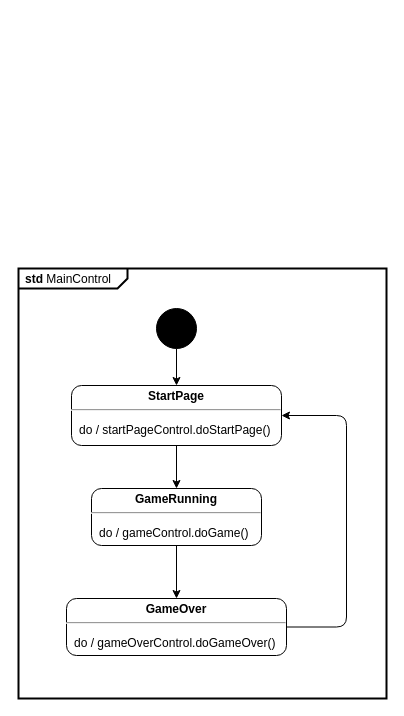
Earlier version of the draw.io diagram page "STD-MainControl" (7 of 20) of apps/pong_cleangui_dg_adv/models/pong_dg_adv.drawio (nepbuur1/test_lasergame_2_rework_CleanGUI_godmode). Source tidied: cells renumbered, new cells numbered last; positions are measured from the earlier drawing's top-left corner, leaving out a move shared by most shapes. Both pictures are drawn from the tidied source at 100%, with x=0, y=0 at pixel (18, 268).
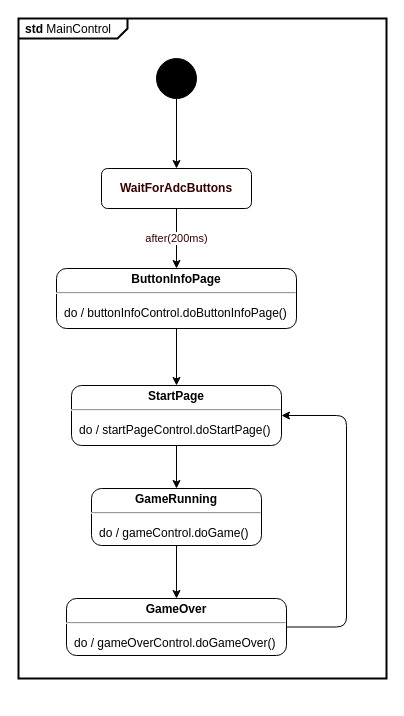
The same page after the edit.

What changed in the source:
```diff
@@
 <mxGraphModel>
   <root>
     <mxCell id="0" />
     <mxCell id="1" parent="0" />
     <mxCell id="2" value="&lt;p style=&quot;margin:0px;margin-top:4px;margin-left:7px;text-align:left;&quot;&gt;&lt;b&gt;std&lt;/b&gt;  MainControl&lt;/p&gt;" style="html=1;shape=mxgraph.sysml.package;overflow=fill;labelX=109.33;strokeWidth=2;align=center;" parent="1" vertex="1">
-      <mxGeometry width="368" height="430" as="geometry" />
+      <mxGeometry y="-250" width="368" height="660" as="geometry" />
     </mxCell>
-    <mxCell id="3" style="edgeStyle=orthogonalEdgeStyle;rounded=0;jettySize=auto;html=1;" parent="1" edge="1" source="4" target="6">
+    <mxCell id="3" style="edgeStyle=orthogonalEdgeStyle;rounded=0;jettySize=auto;html=1;" parent="1" edge="1" source="4" target="11">
       <mxGeometry relative="1" as="geometry" />
     </mxCell>
     <mxCell id="4" style="shape=ellipse;html=1;fillColor=#000000;fontSize=18;fontColor=#ffffff;" parent="1" vertex="1">
-      <mxGeometry x="138" y="40" width="40" height="40" as="geometry" />
+      <mxGeometry x="138" y="-210" width="40" height="40" as="geometry" />
     </mxCell>
     <mxCell id="5" style="edgeStyle=orthogonalEdgeStyle;rounded=0;jettySize=auto;html=1;" parent="1" edge="1" source="6" target="8">
       <mxGeometry relative="1" as="geometry" />
     </mxCell>
     <mxCell id="6" value="&lt;p style=&quot;margin: 0px ; margin-top: 4px ; text-align: center&quot;&gt;&lt;b&gt;StartPage&lt;/b&gt;&lt;/p&gt;&lt;hr&gt;&lt;p&gt;&lt;/p&gt;&lt;p style=&quot;margin: 0px ; margin-left: 8px ; text-align: left&quot;&gt;do / startPageControl.doStartPage()&lt;/p&gt;&lt;p style=&quot;margin: 0px ; margin-left: 8px ; text-align: left&quot;&gt;&lt;br&gt;&lt;/p&gt;" style="shape=mxgraph.sysml.simpleState;html=1;overflow=fill;whiteSpace=wrap;align=center;" parent="1" vertex="1">
       <mxGeometry x="53" y="117" width="210" height="60" as="geometry" />
     </mxCell>
     <mxCell id="7" style="edgeStyle=orthogonalEdgeStyle;rounded=0;jettySize=auto;html=1;" parent="1" edge="1" source="8" target="10">
       <mxGeometry relative="1" as="geometry" />
     </mxCell>
     <mxCell id="8" value="&lt;p style=&quot;margin: 0px ; margin-top: 4px ; text-align: center&quot;&gt;&lt;b&gt;GameRunning&lt;/b&gt;&lt;/p&gt;&lt;hr&gt;&lt;p&gt;&lt;/p&gt;&lt;p style=&quot;margin: 0px ; margin-left: 8px ; text-align: left&quot;&gt;do / gameControl.doGame()&lt;/p&gt;&lt;p style=&quot;margin: 0px ; margin-left: 8px ; text-align: left&quot;&gt;&lt;br&gt;&lt;/p&gt;" style="shape=mxgraph.sysml.simpleState;html=1;overflow=fill;whiteSpace=wrap;align=center;" parent="1" vertex="1">
       <mxGeometry x="73" y="220" width="170" height="57" as="geometry" />
     </mxCell>
     <mxCell id="9" style="edgeStyle=orthogonalEdgeStyle;rounded=1;jettySize=auto;html=1;curved=0;" parent="1" edge="1" source="10" target="6">
       <mxGeometry relative="1" as="geometry">
         <Array as="points">
           <mxPoint x="328" y="358.5" />
           <mxPoint x="328" y="147" />
         </Array>
       </mxGeometry>
     </mxCell>
     <mxCell id="10" value="&lt;p style=&quot;margin: 0px ; margin-top: 4px ; text-align: center&quot;&gt;&lt;b&gt;GameOver&lt;/b&gt;&lt;/p&gt;&lt;hr&gt;&lt;p&gt;&lt;/p&gt;&lt;p style=&quot;margin: 0px ; margin-left: 8px ; text-align: left&quot;&gt;do / gameOverControl.doGameOver()&lt;/p&gt;&lt;p style=&quot;margin: 0px ; margin-left: 8px ; text-align: left&quot;&gt;&lt;br&gt;&lt;/p&gt;" style="shape=mxgraph.sysml.simpleState;html=1;overflow=fill;whiteSpace=wrap;align=center;" parent="1" vertex="1">
       <mxGeometry x="48" y="330" width="220" height="57" as="geometry" />
     </mxCell>
+    <mxCell id="11" value="&lt;b&gt;WaitForAdcButtons&lt;/b&gt;" style="rounded=1;whiteSpace=wrap;html=1;strokeColor=light-dark(#000000,#000000);fontColor=#330000;" parent="1" vertex="1">
+      <mxGeometry x="83" y="-100" width="150" height="40" as="geometry" />
+    </mxCell>
+    <mxCell id="12" style="edgeStyle=orthogonalEdgeStyle;rounded=0;jettySize=auto;html=1;" parent="1" edge="1" source="13" target="6">
+      <mxGeometry relative="1" as="geometry" />
+    </mxCell>
+    <mxCell id="13" value="&lt;p style=&quot;margin: 0px ; margin-top: 4px ; text-align: center&quot;&gt;&lt;b&gt;ButtonInfoPage&lt;/b&gt;&lt;/p&gt;&lt;hr&gt;&lt;p&gt;&lt;/p&gt;&lt;p style=&quot;margin: 0px ; margin-left: 8px ; text-align: left&quot;&gt;do / buttonInfoControl.doButtonInfoPage()&lt;/p&gt;" style="shape=mxgraph.sysml.simpleState;html=1;overflow=fill;whiteSpace=wrap;align=center;strokeColor=light-dark(#000000,#000000);fontColor=#000000;" parent="1" vertex="1">
+      <mxGeometry x="38" width="240" height="60" as="geometry" />
+    </mxCell>
+    <mxCell id="14" value="after(200ms)" style="edgeStyle=orthogonalEdgeStyle;rounded=0;jettySize=auto;html=1;strokeColor=#000000;fontColor=#330000;" parent="1" edge="1" source="11" target="13">
+      <mxGeometry relative="1" as="geometry" />
+    </mxCell>
   </root>
 </mxGraphModel>
```
